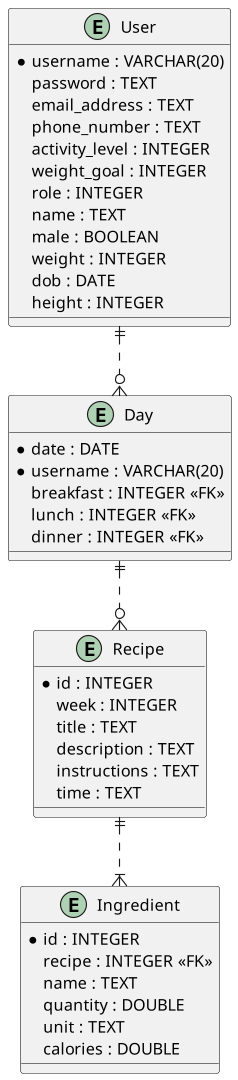
Above: diagram/entity-relationship.png in sofush/kostplan (PlantUML), before the change.
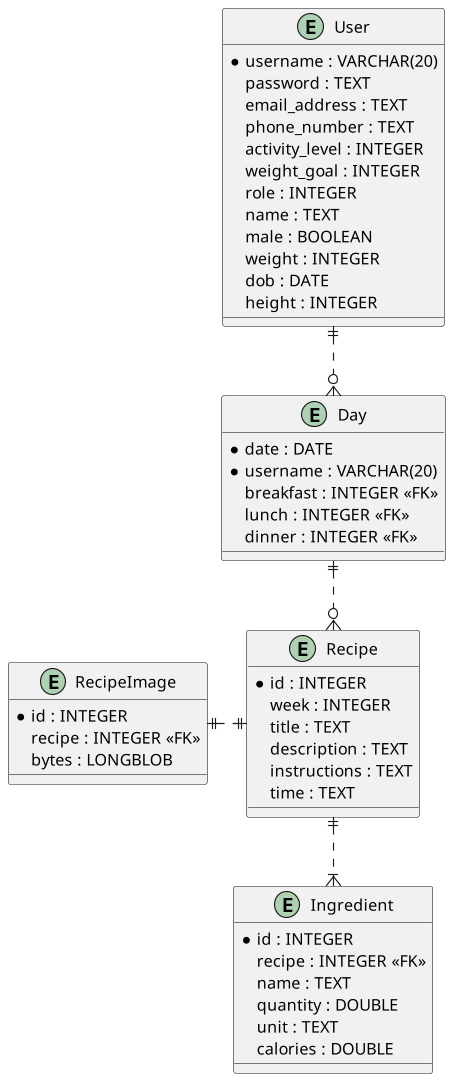
The same file after the commit.

Change to the diagram source:
```diff
@@ -29,6 +29,11 @@
 	instructions : TEXT
 	time : TEXT
 }
+entity RecipeImage {
+	*id : INTEGER
+	recipe : INTEGER <<FK>>
+	bytes : LONGBLOB
+}
 entity Ingredient {
 	*id : INTEGER
 	recipe : INTEGER <<FK>>
@@ -39,5 +44,6 @@
 }
 User ||..o{ Day
 Day ||..o{ Recipe
+Recipe ||.l.|| RecipeImage
 Recipe ||..|{ Ingredient
 @enduml
```
